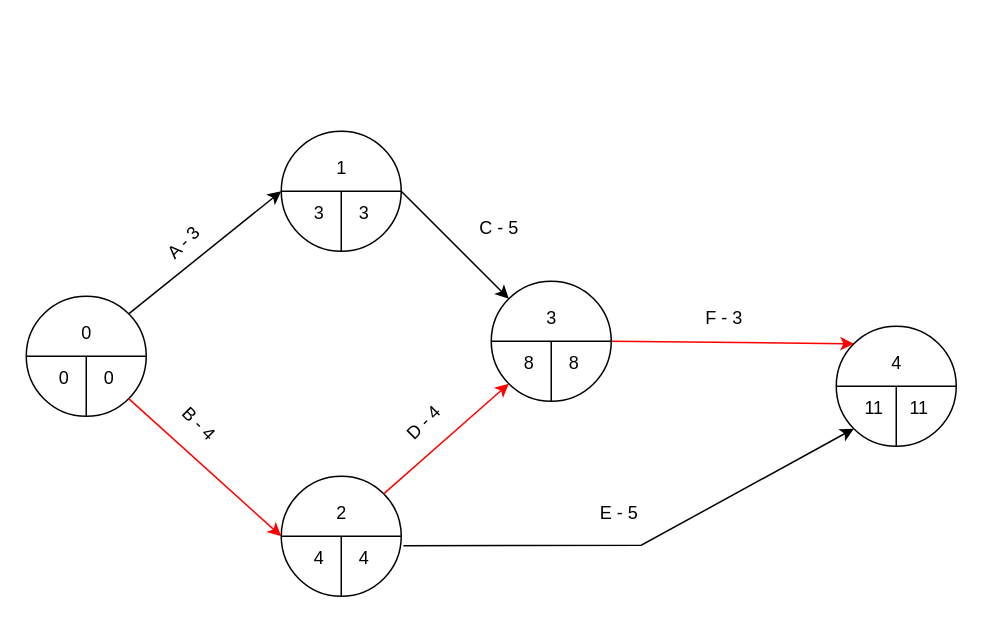
Before: page "Ejercicio 2" (2 of 2) of Diagrama PERT.drawio in rreynarive/Templates, a draw.io diagram. Source tidied: cells renumbered, new cells numbered last; positions are measured from the earlier drawing's top-left corner, leaving out a move shared by most shapes. Both pictures are drawn from the tidied source at 150%, with x=0, y=0 at pixel (26, 130).
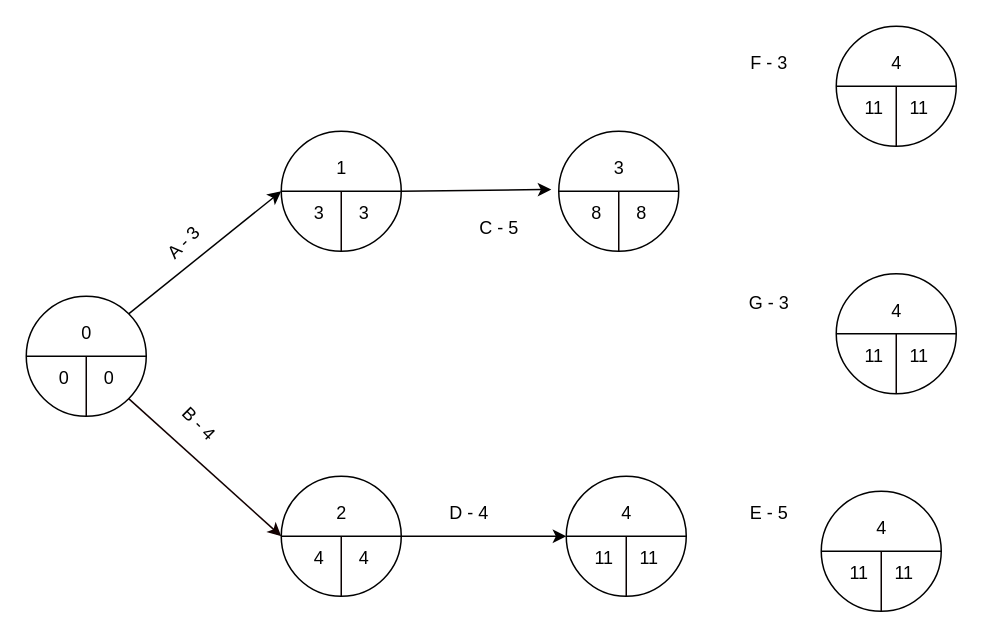
After the change.

The change refers to these unchanged cells:
```xml
<mxCell id="2" style="shape=lineEllipse;perimeter=ellipsePerimeter;whiteSpace=wrap;html=1;backgroundOutline=1;fontFamily=Helvetica;fontSize=12;fontColor=default;fillColor=none;gradientColor=none;" parent="1" vertex="1">
  <mxGeometry y="110" width="80" height="80" as="geometry" />
</mxCell>
<mxCell id="12" style="shape=lineEllipse;perimeter=ellipsePerimeter;whiteSpace=wrap;html=1;backgroundOutline=1;fontFamily=Helvetica;fontSize=12;fontColor=default;fillColor=none;gradientColor=none;" parent="11" vertex="1">
  <mxGeometry width="80" height="80" as="geometry" />
</mxCell>
<mxCell id="18" style="shape=lineEllipse;perimeter=ellipsePerimeter;whiteSpace=wrap;html=1;backgroundOutline=1;fontFamily=Helvetica;fontSize=12;fontColor=default;fillColor=none;gradientColor=none;" parent="17" vertex="1">
  <mxGeometry width="80" height="80" as="geometry" />
</mxCell>
<mxCell id="31" style="shape=lineEllipse;perimeter=ellipsePerimeter;whiteSpace=wrap;html=1;backgroundOutline=1;fontFamily=Helvetica;fontSize=12;fontColor=default;fillColor=none;gradientColor=none;" parent="30" vertex="1">
  <mxGeometry width="80" height="80" as="geometry" />
</mxCell>
<mxCell id="37" style="shape=lineEllipse;perimeter=ellipsePerimeter;whiteSpace=wrap;html=1;backgroundOutline=1;fontFamily=Helvetica;fontSize=12;fontColor=default;fillColor=none;gradientColor=none;" parent="36" vertex="1">
  <mxGeometry width="80" height="80" as="geometry" />
</mxCell>
```

Change to the diagram source:
```diff
@@
-    <mxCell id="9" style="endArrow=classic;html=1;rounded=0;strokeColor=#FF0000;fontFamily=Helvetica;fontSize=12;fontColor=default;exitX=1;exitY=1;exitDx=0;exitDy=0;entryX=0;entryY=0.5;entryDx=0;entryDy=0;" parent="1" edge="1" source="2" target="18">
+    <mxCell id="9" style="endArrow=classic;html=1;rounded=0;strokeColor=#120000;fontFamily=Helvetica;fontSize=12;fontColor=default;exitX=1;exitY=1;exitDx=0;exitDy=0;entryX=0;entryY=0.5;entryDx=0;entryDy=0;" parent="1" edge="1" source="2" target="18">
       <mxGeometry relative="1" as="geometry" />
     </mxCell>
@@
-    <mxCell id="23" style="endArrow=classic;html=1;rounded=0;strokeColor=#030000;fontFamily=Helvetica;fontSize=12;fontColor=default;exitX=1;exitY=0.5;exitDx=0;exitDy=0;entryX=0;entryY=0;entryDx=0;entryDy=0;" parent="1" edge="1" source="12" target="31">
+    <mxCell id="23" style="endArrow=classic;html=1;rounded=0;strokeColor=#030000;fontFamily=Helvetica;fontSize=12;fontColor=default;exitX=1;exitY=0.5;exitDx=0;exitDy=0;entryX=-0.062;entryY=0.485;entryDx=0;entryDy=0;entryPerimeter=0;" parent="1" edge="1" source="12" target="31">
       <mxGeometry relative="1" as="geometry" />
     </mxCell>
@@
     <mxCell id="25" value="F - 3" style="text;html=1;align=center;verticalAlign=middle;strokeColor=none;fillColor=none;fontSize=12;fontFamily=Helvetica;fontColor=default;" parent="1" vertex="1">
-      <mxGeometry x="440" y="110" width="50" height="30" as="geometry" />
+      <mxGeometry x="470" y="-60" width="50" height="30" as="geometry" />
     </mxCell>
-    <mxCell id="26" style="endArrow=classic;html=1;rounded=0;strokeColor=#FF0000;fontFamily=Helvetica;fontSize=12;fontColor=default;exitX=1;exitY=0.5;exitDx=0;exitDy=0;entryX=0;entryY=0;entryDx=0;entryDy=0;" parent="1" edge="1" source="31" target="37">
-      <mxGeometry relative="1" as="geometry" />
-    </mxCell>
-    <mxCell id="27" style="endArrow=classic;html=1;rounded=0;strokeColor=#FF0000;fontFamily=Helvetica;fontSize=12;fontColor=default;exitX=1;exitY=0;exitDx=0;exitDy=0;entryX=0;entryY=1;entryDx=0;entryDy=0;" parent="1" edge="1" source="18" target="31">
+    <mxCell id="27" style="endArrow=classic;html=1;rounded=0;strokeColor=#030000;fontFamily=Helvetica;fontSize=12;fontColor=default;exitX=1;exitY=0.5;exitDx=0;exitDy=0;entryX=0;entryY=0.5;entryDx=0;entryDy=0;" parent="1" edge="1" source="18" target="37">
       <mxGeometry relative="1" as="geometry" />
     </mxCell>
     <mxCell id="28" value="E - 5" style="text;html=1;align=center;verticalAlign=middle;strokeColor=none;fillColor=none;fontSize=12;fontFamily=Helvetica;fontColor=default;rotation=0;" parent="1" vertex="1">
-      <mxGeometry x="370" y="240" width="50" height="30" as="geometry" />
+      <mxGeometry x="470" y="240" width="50" height="30" as="geometry" />
     </mxCell>
-    <mxCell id="29" value="D - 4" style="text;html=1;align=center;verticalAlign=middle;strokeColor=none;fillColor=none;fontSize=12;fontFamily=Helvetica;fontColor=default;rotation=-45;" parent="1" vertex="1">
-      <mxGeometry x="240" y="180" width="50" height="30" as="geometry" />
+    <mxCell id="29" value="D - 4" style="text;html=1;align=center;verticalAlign=middle;strokeColor=none;fillColor=none;fontSize=12;fontFamily=Helvetica;fontColor=default;rotation=0;" parent="1" vertex="1">
+      <mxGeometry x="270" y="240" width="50" height="30" as="geometry" />
     </mxCell>
     <mxCell id="30" style="group;fontFamily=Helvetica;fontSize=12;fontColor=default;fillColor=none;gradientColor=none;" parent="1" vertex="1">
-      <mxGeometry x="310" y="100" width="80" height="80" as="geometry" />
+      <mxGeometry x="355" width="80" height="80" as="geometry" />
     </mxCell>
@@
     <mxCell id="36" style="group;fontFamily=Helvetica;fontSize=12;fontColor=default;fillColor=none;gradientColor=none;" parent="1" vertex="1">
-      <mxGeometry x="540" y="130" width="80" height="80" as="geometry" />
+      <mxGeometry x="360" y="230" width="80" height="80" as="geometry" />
     </mxCell>
@@
-    <mxCell id="42" style="endArrow=classic;html=1;rounded=0;strokeColor=#050000;fontFamily=Helvetica;fontSize=12;fontColor=default;exitX=1.018;exitY=0.58;exitDx=0;exitDy=0;entryX=0;entryY=1;entryDx=0;entryDy=0;exitPerimeter=0;" parent="1" edge="1" source="18" target="37">
-      <mxGeometry relative="1" as="geometry">
-        <Array as="points">
-          <mxPoint x="410" y="276" />
-        </Array>
-      </mxGeometry>
-    </mxCell>
+    <mxCell id="43" value="G - 3" style="text;html=1;align=center;verticalAlign=middle;strokeColor=none;fillColor=none;fontSize=12;fontFamily=Helvetica;fontColor=default;" parent="1" vertex="1">
+      <mxGeometry x="470" y="100" width="50" height="30" as="geometry" />
+    </mxCell>
+    <mxCell id="44" style="group;fontFamily=Helvetica;fontSize=12;fontColor=default;fillColor=none;gradientColor=none;" parent="1" vertex="1">
+      <mxGeometry x="530" y="240" width="80" height="80" as="geometry" />
+    </mxCell>
+    <mxCell id="45" style="shape=lineEllipse;perimeter=ellipsePerimeter;whiteSpace=wrap;html=1;backgroundOutline=1;fontFamily=Helvetica;fontSize=12;fontColor=default;fillColor=none;gradientColor=none;" parent="44" vertex="1">
+      <mxGeometry width="80" height="80" as="geometry" />
+    </mxCell>
+    <mxCell id="46" style="endArrow=none;html=1;rounded=0;exitX=0.5;exitY=1;exitDx=0;exitDy=0;strokeColor=#0A0000;fontFamily=Helvetica;fontSize=12;fontColor=default;" parent="44" edge="1" source="45">
+      <mxGeometry relative="1" as="geometry">
+        <mxPoint x="40" y="40" as="targetPoint" />
+      </mxGeometry>
+    </mxCell>
+    <mxCell id="47" value="11" style="text;html=1;align=center;verticalAlign=middle;strokeColor=none;fillColor=none;fontFamily=Helvetica;fontSize=12;fontColor=default;" parent="44" vertex="1">
+      <mxGeometry x="5" y="40" width="40" height="30" as="geometry" />
+    </mxCell>
+    <mxCell id="48" value="11" style="text;html=1;align=center;verticalAlign=middle;strokeColor=none;fillColor=none;fontFamily=Helvetica;fontSize=12;fontColor=default;" parent="44" vertex="1">
+      <mxGeometry x="35" y="40" width="40" height="30" as="geometry" />
+    </mxCell>
+    <mxCell id="49" value="4" style="text;html=1;align=center;verticalAlign=middle;strokeColor=none;fillColor=none;fontFamily=Helvetica;fontSize=12;fontColor=default;" parent="44" vertex="1">
+      <mxGeometry x="25" y="10" width="30" height="30" as="geometry" />
+    </mxCell>
+    <mxCell id="50" style="group;fontFamily=Helvetica;fontSize=12;fontColor=default;fillColor=none;gradientColor=none;" parent="1" vertex="1">
+      <mxGeometry x="540" y="-70" width="80" height="80" as="geometry" />
+    </mxCell>
+    <mxCell id="51" style="shape=lineEllipse;perimeter=ellipsePerimeter;whiteSpace=wrap;html=1;backgroundOutline=1;fontFamily=Helvetica;fontSize=12;fontColor=default;fillColor=none;gradientColor=none;" parent="50" vertex="1">
+      <mxGeometry width="80" height="80" as="geometry" />
+    </mxCell>
+    <mxCell id="52" style="endArrow=none;html=1;rounded=0;exitX=0.5;exitY=1;exitDx=0;exitDy=0;strokeColor=#0A0000;fontFamily=Helvetica;fontSize=12;fontColor=default;" parent="50" edge="1" source="51">
+      <mxGeometry relative="1" as="geometry">
+        <mxPoint x="40" y="40" as="targetPoint" />
+      </mxGeometry>
+    </mxCell>
+    <mxCell id="53" value="11" style="text;html=1;align=center;verticalAlign=middle;strokeColor=none;fillColor=none;fontFamily=Helvetica;fontSize=12;fontColor=default;" parent="50" vertex="1">
+      <mxGeometry x="5" y="40" width="40" height="30" as="geometry" />
+    </mxCell>
+    <mxCell id="54" value="11" style="text;html=1;align=center;verticalAlign=middle;strokeColor=none;fillColor=none;fontFamily=Helvetica;fontSize=12;fontColor=default;" parent="50" vertex="1">
+      <mxGeometry x="35" y="40" width="40" height="30" as="geometry" />
+    </mxCell>
+    <mxCell id="55" value="4" style="text;html=1;align=center;verticalAlign=middle;strokeColor=none;fillColor=none;fontFamily=Helvetica;fontSize=12;fontColor=default;" parent="50" vertex="1">
+      <mxGeometry x="25" y="10" width="30" height="30" as="geometry" />
+    </mxCell>
+    <mxCell id="56" style="group;fontFamily=Helvetica;fontSize=12;fontColor=default;fillColor=none;gradientColor=none;" parent="1" vertex="1">
+      <mxGeometry x="540" y="95" width="80" height="80" as="geometry" />
+    </mxCell>
+    <mxCell id="57" style="shape=lineEllipse;perimeter=ellipsePerimeter;whiteSpace=wrap;html=1;backgroundOutline=1;fontFamily=Helvetica;fontSize=12;fontColor=default;fillColor=none;gradientColor=none;" parent="56" vertex="1">
+      <mxGeometry width="80" height="80" as="geometry" />
+    </mxCell>
+    <mxCell id="58" style="endArrow=none;html=1;rounded=0;exitX=0.5;exitY=1;exitDx=0;exitDy=0;strokeColor=#0A0000;fontFamily=Helvetica;fontSize=12;fontColor=default;" parent="56" edge="1" source="57">
+      <mxGeometry relative="1" as="geometry">
+        <mxPoint x="40" y="40" as="targetPoint" />
+      </mxGeometry>
+    </mxCell>
+    <mxCell id="59" value="11" style="text;html=1;align=center;verticalAlign=middle;strokeColor=none;fillColor=none;fontFamily=Helvetica;fontSize=12;fontColor=default;" parent="56" vertex="1">
+      <mxGeometry x="5" y="40" width="40" height="30" as="geometry" />
+    </mxCell>
+    <mxCell id="60" value="11" style="text;html=1;align=center;verticalAlign=middle;strokeColor=none;fillColor=none;fontFamily=Helvetica;fontSize=12;fontColor=default;" parent="56" vertex="1">
+      <mxGeometry x="35" y="40" width="40" height="30" as="geometry" />
+    </mxCell>
+    <mxCell id="61" value="4" style="text;html=1;align=center;verticalAlign=middle;strokeColor=none;fillColor=none;fontFamily=Helvetica;fontSize=12;fontColor=default;" parent="56" vertex="1">
+      <mxGeometry x="25" y="10" width="30" height="30" as="geometry" />
+    </mxCell>
```
